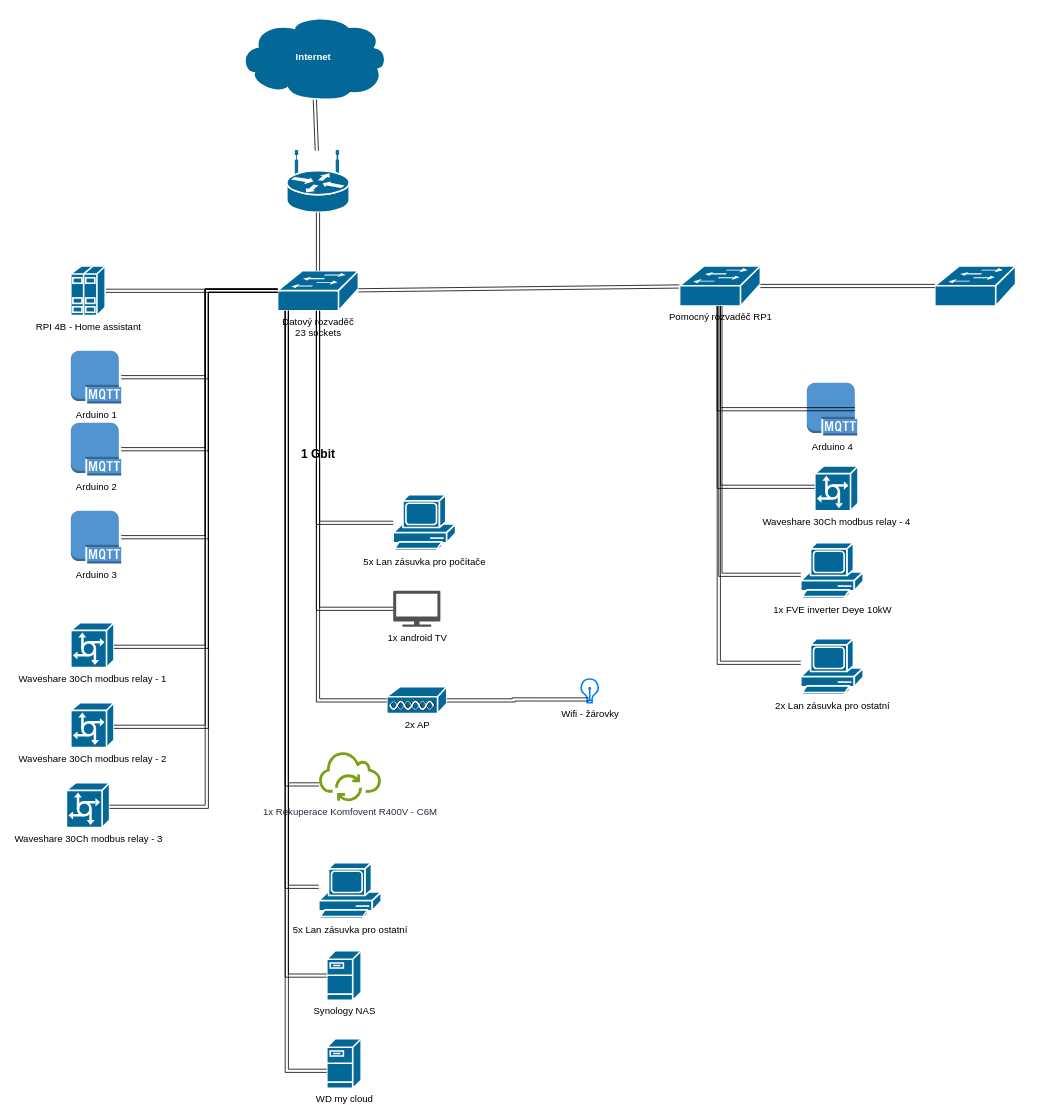
Earlier version of the draw.io diagram House_Loucka/Sit/Diagram bez názvu.drawio (oukej1/Home-automation). Source tidied: cells renumbered, new cells numbered last; positions are measured from the earlier drawing's top-left corner, leaving out a move shared by most shapes. Both pictures are drawn from the tidied source at 80%, with x=0, y=0 at pixel (66, 14).
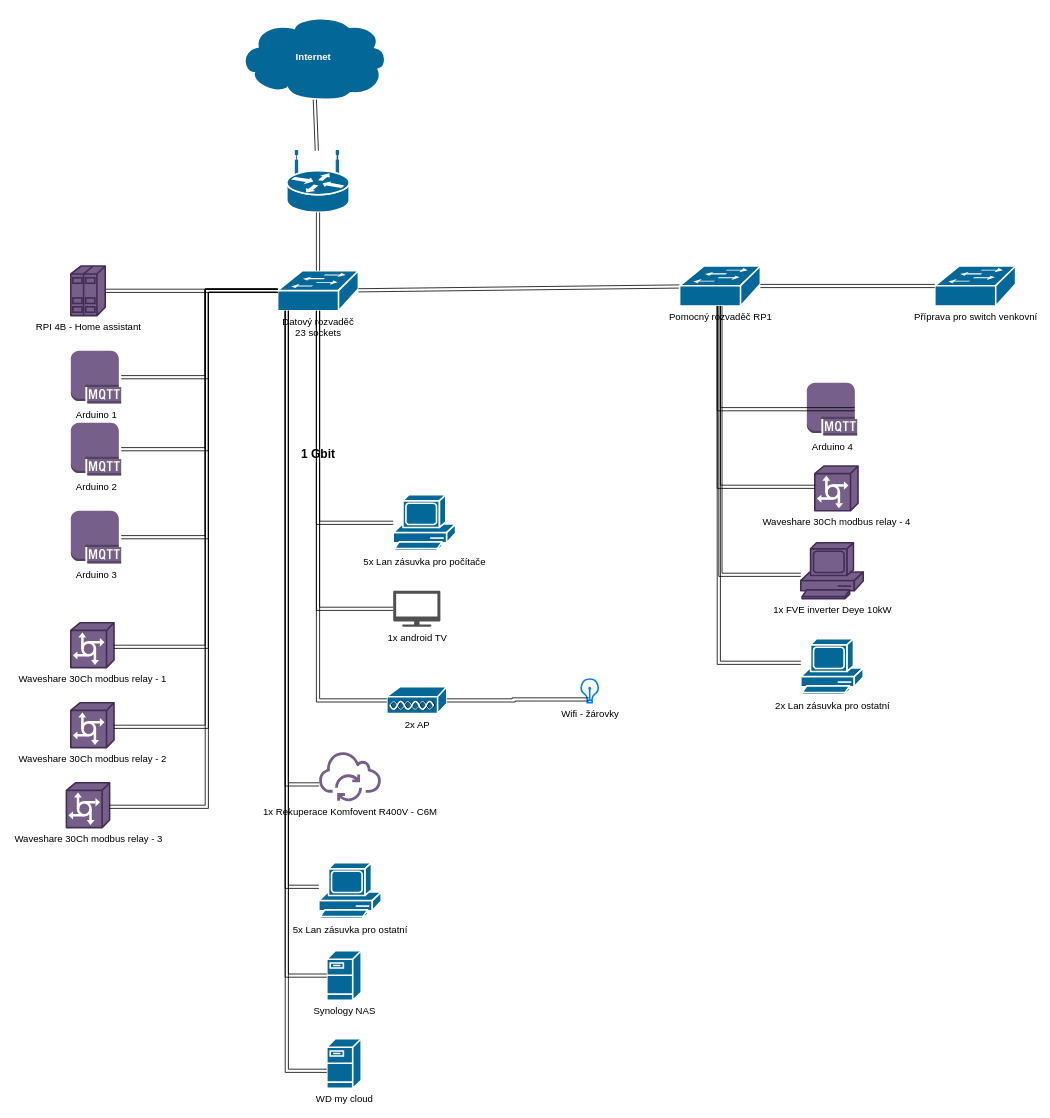
Above is the later version.

The edit, as a diff of the source:
```diff
@@
-    <mxCell id="8" value="Arduino 1" style="outlineConnect=0;dashed=0;verticalLabelPosition=bottom;verticalAlign=top;align=center;html=1;shape=mxgraph.aws3.mqtt_protocol;fillColor=#5294CF;gradientColor=none;" parent="1" vertex="1">
+    <mxCell id="8" value="Arduino 1" style="outlineConnect=0;dashed=0;verticalLabelPosition=bottom;verticalAlign=top;align=center;html=1;shape=mxgraph.aws3.mqtt_protocol;fillColor=#76608a;strokeColor=#432D57;fontColor=#000000;" parent="1" vertex="1">
       <mxGeometry x="6" y="420" width="63" height="66" as="geometry" />
     </mxCell>
-    <mxCell id="9" value="Arduino 2" style="outlineConnect=0;dashed=0;verticalLabelPosition=bottom;verticalAlign=top;align=center;html=1;shape=mxgraph.aws3.mqtt_protocol;fillColor=#5294CF;gradientColor=none;" parent="1" vertex="1">
+    <mxCell id="9" value="Arduino 2" style="outlineConnect=0;dashed=0;verticalLabelPosition=bottom;verticalAlign=top;align=center;html=1;shape=mxgraph.aws3.mqtt_protocol;fillColor=#76608a;strokeColor=#432D57;fontColor=#000000;" parent="1" vertex="1">
       <mxGeometry x="6" y="510" width="63" height="66" as="geometry" />
     </mxCell>
-    <mxCell id="10" value="Arduino 3" style="outlineConnect=0;dashed=0;verticalLabelPosition=bottom;verticalAlign=top;align=center;html=1;shape=mxgraph.aws3.mqtt_protocol;fillColor=#5294CF;gradientColor=none;" parent="1" vertex="1">
+    <mxCell id="10" value="Arduino 3" style="outlineConnect=0;dashed=0;verticalLabelPosition=bottom;verticalAlign=top;align=center;html=1;shape=mxgraph.aws3.mqtt_protocol;fillColor=#76608a;strokeColor=#432D57;fontColor=#000000;" parent="1" vertex="1">
       <mxGeometry x="6" y="620" width="63" height="66" as="geometry" />
     </mxCell>
-    <mxCell id="11" value="Arduino 4" style="outlineConnect=0;dashed=0;verticalLabelPosition=bottom;verticalAlign=top;align=center;html=1;shape=mxgraph.aws3.mqtt_protocol;fillColor=#5294CF;gradientColor=none;" parent="1" vertex="1">
+    <mxCell id="11" value="Arduino 4" style="outlineConnect=0;dashed=0;verticalLabelPosition=bottom;verticalAlign=top;align=center;html=1;shape=mxgraph.aws3.mqtt_protocol;fillColor=#76608a;strokeColor=#432D57;fontColor=#000000;" parent="1" vertex="1">
       <mxGeometry x="926" y="460" width="63" height="66" as="geometry" />
     </mxCell>
@@
-    <mxCell id="18" value="RPI 4B - Home assistant" style="shape=mxgraph.cisco.servers.standard_host;sketch=0;html=1;dashed=0;fillColor=#036897;strokeColor=#ffffff;strokeWidth=2;verticalLabelPosition=bottom;verticalAlign=top;align=center;outlineConnect=0;" parent="1" vertex="1">
+    <mxCell id="18" value="RPI 4B - Home assistant" style="shape=mxgraph.cisco.servers.standard_host;sketch=0;html=1;dashed=0;fillColor=#76608a;strokeColor=#432D57;strokeWidth=2;verticalLabelPosition=bottom;verticalAlign=top;align=center;outlineConnect=0;fontColor=#000000;" parent="1" vertex="1">
       <mxGeometry x="6" y="314" width="43" height="62" as="geometry" />
     </mxCell>
-    <mxCell id="19" value="Waveshare 30Ch modbus relay - 1" style="shape=mxgraph.cisco.servers.communications_server;sketch=0;html=1;dashed=0;fillColor=#036897;strokeColor=#ffffff;strokeWidth=2;verticalLabelPosition=bottom;verticalAlign=top;align=center;outlineConnect=0;" parent="1" vertex="1">
+    <mxCell id="19" value="Waveshare 30Ch modbus relay - 1" style="shape=mxgraph.cisco.servers.communications_server;sketch=0;html=1;dashed=0;fillColor=#76608a;strokeColor=#432D57;strokeWidth=2;verticalLabelPosition=bottom;verticalAlign=top;align=center;outlineConnect=0;fontColor=#000000;" parent="1" vertex="1">
       <mxGeometry x="6" y="760" width="54" height="56" as="geometry" />
     </mxCell>
-    <mxCell id="20" value="Waveshare 30Ch modbus relay - 2" style="shape=mxgraph.cisco.servers.communications_server;sketch=0;html=1;dashed=0;fillColor=#036897;strokeColor=#ffffff;strokeWidth=2;verticalLabelPosition=bottom;verticalAlign=top;align=center;outlineConnect=0;" parent="1" vertex="1">
+    <mxCell id="20" value="Waveshare 30Ch modbus relay - 2" style="shape=mxgraph.cisco.servers.communications_server;sketch=0;html=1;dashed=0;fillColor=#76608a;strokeColor=#432D57;strokeWidth=2;verticalLabelPosition=bottom;verticalAlign=top;align=center;outlineConnect=0;fontColor=#000000;" parent="1" vertex="1">
       <mxGeometry x="6" y="860" width="54" height="56" as="geometry" />
     </mxCell>
-    <mxCell id="21" value="Waveshare 30Ch modbus relay - 3" style="shape=mxgraph.cisco.servers.communications_server;sketch=0;html=1;dashed=0;fillColor=#036897;strokeColor=#ffffff;strokeWidth=2;verticalLabelPosition=bottom;verticalAlign=top;align=center;outlineConnect=0;" parent="1" vertex="1">
+    <mxCell id="21" value="Waveshare 30Ch modbus relay - 3" style="shape=mxgraph.cisco.servers.communications_server;sketch=0;html=1;dashed=0;fillColor=#76608a;strokeColor=#432D57;strokeWidth=2;verticalLabelPosition=bottom;verticalAlign=top;align=center;outlineConnect=0;fontColor=#000000;" parent="1" vertex="1">
       <mxGeometry x="0.5" y="960" width="54" height="56" as="geometry" />
     </mxCell>
-    <mxCell id="22" value="Waveshare 30Ch modbus relay - 4" style="shape=mxgraph.cisco.servers.communications_server;sketch=0;html=1;dashed=0;fillColor=#036897;strokeColor=#ffffff;strokeWidth=2;verticalLabelPosition=bottom;verticalAlign=top;align=center;outlineConnect=0;" parent="1" vertex="1">
+    <mxCell id="22" value="Waveshare 30Ch modbus relay - 4" style="shape=mxgraph.cisco.servers.communications_server;sketch=0;html=1;dashed=0;fillColor=#76608a;strokeColor=#432D57;strokeWidth=2;verticalLabelPosition=bottom;verticalAlign=top;align=center;outlineConnect=0;fontColor=#000000;" parent="1" vertex="1">
       <mxGeometry x="936" y="564" width="54" height="56" as="geometry" />
     </mxCell>
@@
-    <mxCell id="33" style="shape=mxgraph.cisco.switches.workgroup_switch;sketch=0;html=1;dashed=0;fillColor=#036897;strokeColor=#ffffff;strokeWidth=2;verticalLabelPosition=bottom;verticalAlign=top;align=center;outlineConnect=0;" parent="1" vertex="1">
+    <mxCell id="33" value="Příprava pro switch venkovní" style="shape=mxgraph.cisco.switches.workgroup_switch;sketch=0;html=1;dashed=0;fillColor=#036897;strokeColor=#ffffff;strokeWidth=2;verticalLabelPosition=bottom;verticalAlign=top;align=center;outlineConnect=0;" parent="1" vertex="1">
       <mxGeometry x="1086" y="314" width="101" height="50" as="geometry" />
     </mxCell>
-    <mxCell id="34" value="1x FVE inverter Deye 10kW&lt;div&gt;&lt;br&gt;&lt;/div&gt;" style="shape=mxgraph.cisco.computers_and_peripherals.pc;sketch=0;html=1;dashed=0;fillColor=#036897;strokeColor=#ffffff;strokeWidth=2;verticalLabelPosition=bottom;verticalAlign=top;align=center;outlineConnect=0;" parent="1" vertex="1">
+    <mxCell id="34" value="1x FVE inverter Deye 10kW&lt;div&gt;&lt;br&gt;&lt;/div&gt;" style="shape=mxgraph.cisco.computers_and_peripherals.pc;sketch=0;html=1;dashed=0;fillColor=#76608a;strokeColor=#432D57;strokeWidth=2;verticalLabelPosition=bottom;verticalAlign=top;align=center;outlineConnect=0;fontColor=#000000;" parent="1" vertex="1">
       <mxGeometry x="918.5" y="660" width="78" height="70" as="geometry" />
     </mxCell>
@@
-    <mxCell id="36" value="1x Rekuperace Komfovent R400V - C6M" style="sketch=0;outlineConnect=0;fontColor=#232F3E;gradientColor=none;fillColor=#7AA116;strokeColor=none;dashed=0;verticalLabelPosition=bottom;verticalAlign=top;align=center;html=1;fontSize=12;fontStyle=0;shape=mxgraph.aws4.iot_over_the_air_update;" parent="1" vertex="1">
+    <mxCell id="36" value="1x Rekuperace Komfovent R400V - C6M" style="sketch=0;outlineConnect=0;fillColor=#76608a;strokeColor=#432D57;dashed=0;verticalLabelPosition=bottom;verticalAlign=top;align=center;html=1;fontSize=12;fontStyle=0;shape=mxgraph.aws4.iot_over_the_air_update;fontColor=#000000;" parent="1" vertex="1">
       <mxGeometry x="316" y="920" width="78" height="63" as="geometry" />
     </mxCell>
```
